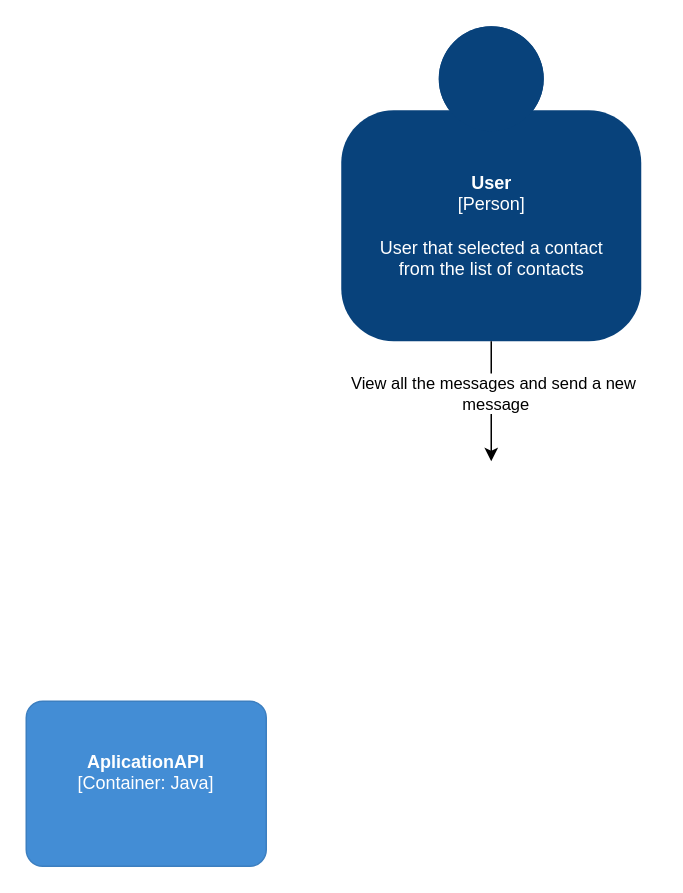
HristeaIonut/Morse-Diagrams keeps this draw.io diagram as page "Container-Diagram" (2 of 3) of C4/C4-Messaging-Module.drawio. Above is the earlier version. Source tidied: cells renumbered, new cells numbered last; positions are measured from the earlier drawing's top-left corner, leaving out a move shared by most shapes. Both pictures are drawn from the tidied source at 150%, with x=0, y=0 at pixel (26, 26).
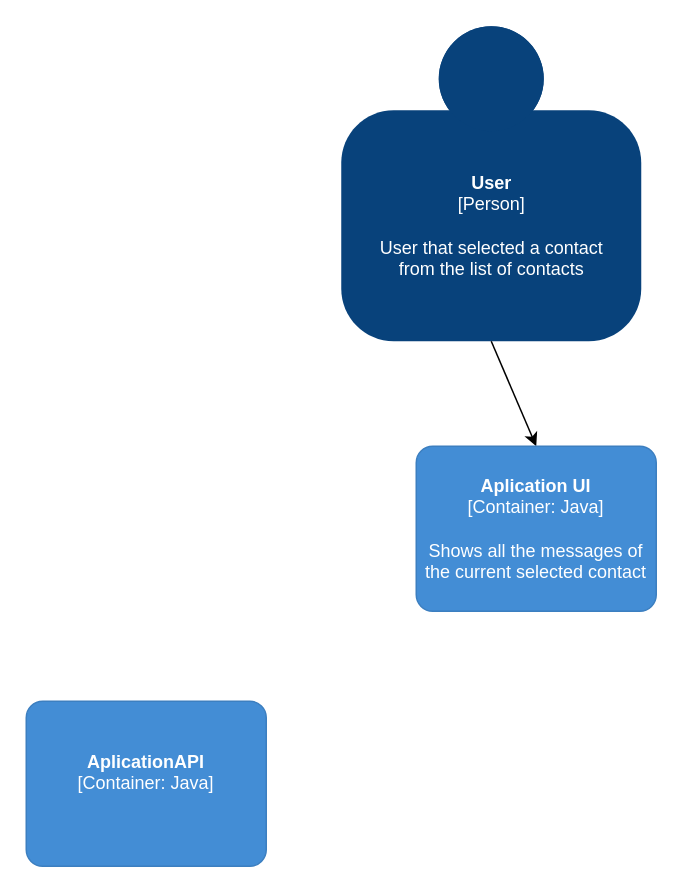
The same page after the edit.

The edit, as a diff of the source:
```diff
@@
 <mxGraphModel>
   <root>
     <mxCell id="0" />
     <mxCell id="1" parent="0" />
     <object id="2" label="&lt;b&gt;%c4Name%&lt;/b&gt;&lt;div&gt;[%c4Type%]&lt;/div&gt;&lt;br&gt;&lt;div&gt;%c4Description%&lt;/div&gt;" c4Description="User that selected a contact &#10;from the list of contacts" c4Name="User" c4Type="Person" placeholders="1">
       <mxCell style="html=1;dashed=0;whitespace=wrap;fillColor=#08427b;strokeColor=none;fontColor=#ffffff;shape=mxgraph.c4.person;align=center;points=[[0.5,0,0],[1,0.5,0],[1,0.75,0],[0.75,1,0],[0.5,1,0],[0.25,1,0],[0,0.75,0],[0,0.5,0]];metaData={&quot;c4Type&quot;:{&quot;editable&quot;:false}};" parent="1" vertex="1">
         <mxGeometry x="210" width="200" height="210" as="geometry" />
       </mxCell>
     </object>
-    <mxCell id="3" style="endArrow=classic;html=1;entryX=0.5;entryY=0;entryDx=0;entryDy=0;entryPerimeter=0;exitX=0.5;exitY=1;exitDx=0;exitDy=0;exitPerimeter=0;" parent="1" edge="1" source="2">
-      <mxGeometry relative="1" as="geometry">
-        <mxPoint x="310" y="290" as="targetPoint" />
-      </mxGeometry>
+    <mxCell id="3" style="endArrow=classic;html=1;entryX=0.5;entryY=0;entryDx=0;entryDy=0;entryPerimeter=0;exitX=0.5;exitY=1;exitDx=0;exitDy=0;exitPerimeter=0;" parent="1" edge="1" source="2" target="6">
+      <mxGeometry relative="1" as="geometry" />
     </mxCell>
-    <mxCell id="4" value="&lt;div&gt;View all the messages and send a new&amp;nbsp;&lt;/div&gt;&lt;div&gt;message&lt;/div&gt;" style="edgeLabel;html=1;align=center;verticalAlign=middle;" parent="3" vertex="1">
-      <mxGeometry x="-0.15" y="2" relative="1" as="geometry" />
-    </mxCell>
     <object id="5" label="&lt;b&gt;%c4Name%&lt;/b&gt;&lt;div&gt;[%c4Type%: %c4Technology%]&lt;/div&gt;&lt;br&gt;&lt;div&gt;%c4Description%&lt;/div&gt;" c4Description="" c4Name="AplicationAPI" c4Technology="Java" c4Type="Container" placeholders="1">
       <mxCell style="rounded=1;whiteSpace=wrap;html=1;labelBackgroundColor=none;fillColor=#438DD5;fontColor=#ffffff;align=center;arcSize=10;strokeColor=#3C7FC0;metaData={&quot;c4Type&quot;:{&quot;editable&quot;:false}};" parent="1" vertex="1">
         <mxGeometry y="450" width="160" height="110" as="geometry" />
       </mxCell>
     </object>
+    <object id="6" label="&lt;b&gt;%c4Name%&lt;/b&gt;&lt;div&gt;[%c4Type%: %c4Technology%]&lt;/div&gt;&lt;br&gt;&lt;div&gt;%c4Description%&lt;/div&gt;" c4Description="Shows all the messages of the current selected contact" c4Name="Aplication UI" c4Technology="Java" c4Type="Container" placeholders="1">
+      <mxCell style="rounded=1;whiteSpace=wrap;html=1;labelBackgroundColor=none;fillColor=#438DD5;fontColor=#ffffff;align=center;arcSize=10;strokeColor=#3C7FC0;metaData={&quot;c4Type&quot;:{&quot;editable&quot;:false}};points=[[0.25,0,0],[0.5,0,0],[0.75,0,0],[1,0.25,0],[1,0.5,0],[1,0.75,0],[0.75,1,0],[0.5,1,0],[0.25,1,0],[0,0.75,0],[0,0.5,0],[0,0.25,0]];" parent="1" vertex="1">
+        <mxGeometry x="260" y="280" width="160" height="110" as="geometry" />
+      </mxCell>
+    </object>
   </root>
 </mxGraphModel>
```
